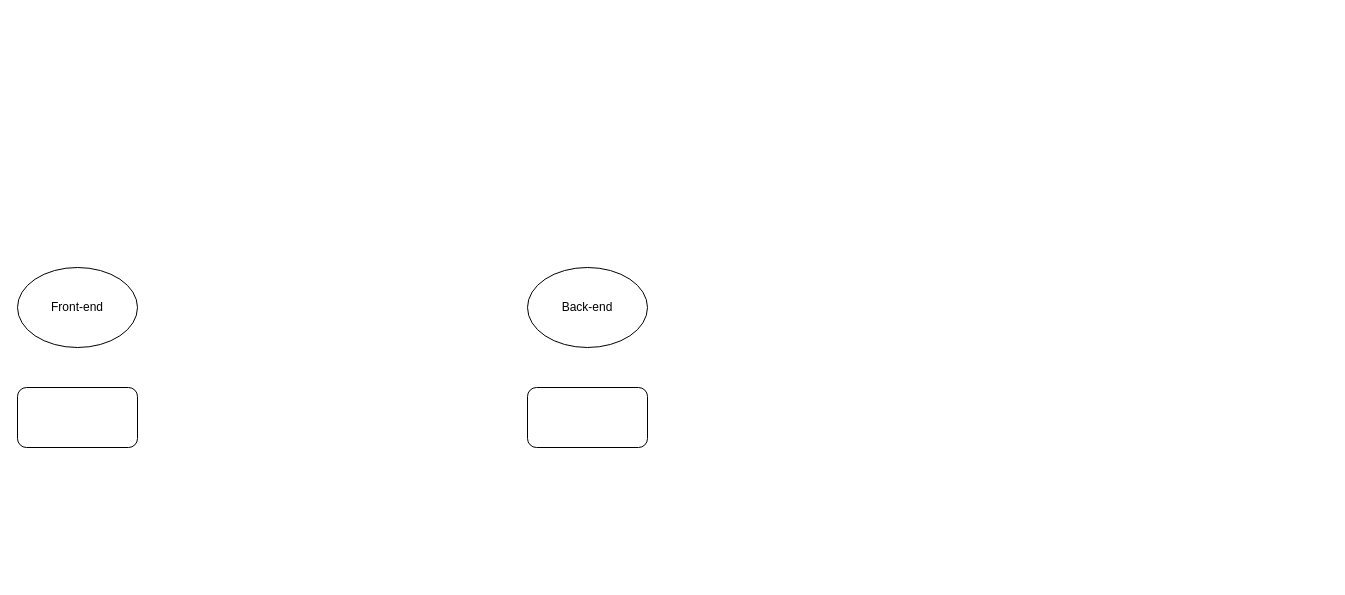
Earlier version of the draw.io diagram Multi.drawio (JoseCastellaniNeto/Manual-Tech-Recruiter). Source tidied: cells renumbered, new cells numbered last; positions are measured from the earlier drawing's top-left corner, leaving out a move shared by most shapes. Both pictures are drawn from the tidied source at 100%, with x=0, y=0 at pixel (17, 267).
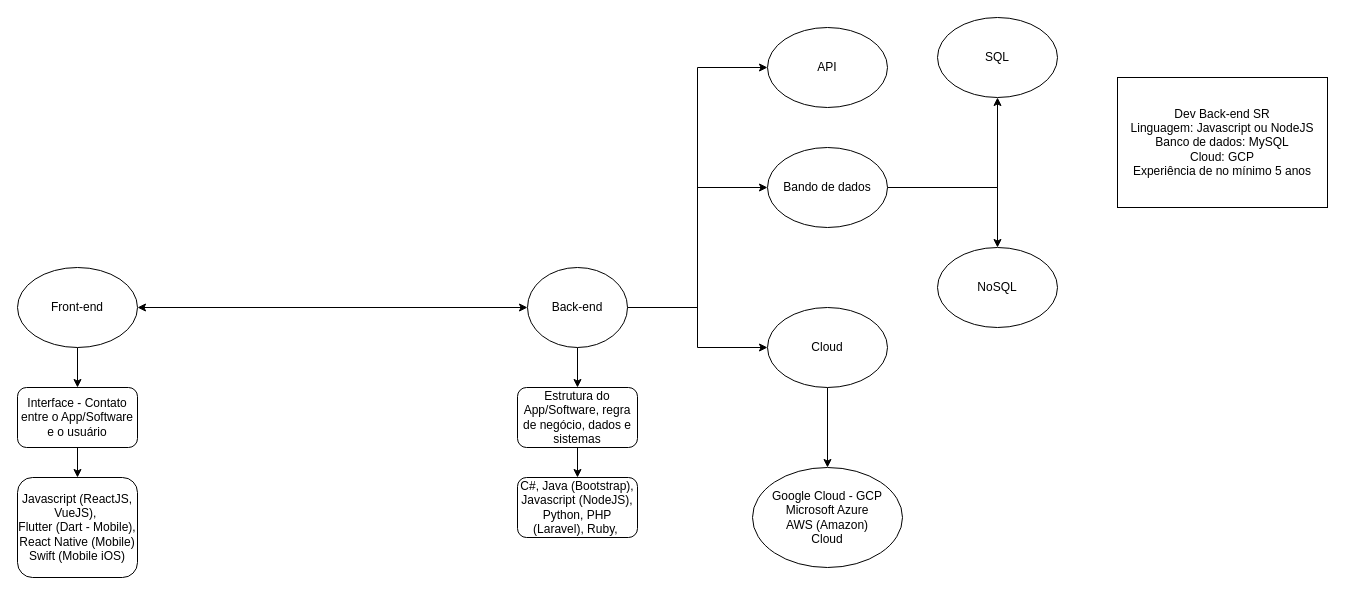
The same page after the edit.

The change refers to these unchanged cells:
```xml
<mxCell id="2" value="Front-end" style="ellipse;whiteSpace=wrap;html=1;" parent="1" vertex="1">
  <mxGeometry width="120" height="80" as="geometry" />
</mxCell>
```

What changed in the source:
```diff
@@
+    <mxCell id="6" style="edgeStyle=orthogonalEdgeStyle;rounded=0;jettySize=auto;html=1;" parent="1" edge="1" source="2" target="4">
+      <mxGeometry relative="1" as="geometry" />
+    </mxCell>
@@
+    <mxCell id="7" style="edgeStyle=orthogonalEdgeStyle;rounded=0;jettySize=auto;html=1;" parent="1" edge="1" source="3" target="5">
+      <mxGeometry relative="1" as="geometry" />
+    </mxCell>
+    <mxCell id="8" style="edgeStyle=orthogonalEdgeStyle;rounded=0;jettySize=auto;html=1;" parent="1" edge="1" source="3" target="20">
+      <mxGeometry relative="1" as="geometry" />
+    </mxCell>
+    <mxCell id="9" style="edgeStyle=orthogonalEdgeStyle;rounded=0;jettySize=auto;html=1;entryX=0;entryY=0.5;entryDx=0;entryDy=0;" parent="1" edge="1" source="3" target="18">
+      <mxGeometry relative="1" as="geometry" />
+    </mxCell>
+    <mxCell id="10" style="edgeStyle=orthogonalEdgeStyle;rounded=0;jettySize=auto;html=1;entryX=0;entryY=0.5;entryDx=0;entryDy=0;" parent="1" edge="1" source="3" target="21">
+      <mxGeometry relative="1" as="geometry" />
+    </mxCell>
     <mxCell id="3" value="Back-end" style="ellipse;whiteSpace=wrap;html=1;" parent="1" vertex="1">
-      <mxGeometry x="510" width="120" height="80" as="geometry" />
+      <mxGeometry x="510" width="100" height="80" as="geometry" />
     </mxCell>
+    <mxCell id="11" style="edgeStyle=orthogonalEdgeStyle;rounded=0;jettySize=auto;html=1;" parent="1" edge="1" source="4" target="15">
+      <mxGeometry relative="1" as="geometry" />
+    </mxCell>
-    <mxCell id="4" style="rounded=1;whiteSpace=wrap;html=1;" parent="1" vertex="1">
+    <mxCell id="4" value="Interface - Contato entre o App/Software e o usuário" style="rounded=1;whiteSpace=wrap;html=1;" parent="1" vertex="1">
       <mxGeometry y="120" width="120" height="60" as="geometry" />
     </mxCell>
+    <mxCell id="12" style="edgeStyle=orthogonalEdgeStyle;rounded=0;jettySize=auto;html=1;" parent="1" edge="1" source="5" target="14">
+      <mxGeometry relative="1" as="geometry" />
+    </mxCell>
-    <mxCell id="5" style="rounded=1;whiteSpace=wrap;html=1;" parent="1" vertex="1">
-      <mxGeometry x="510" y="120" width="120" height="60" as="geometry" />
+    <mxCell id="5" value="Estrutura do App/Software, regra de negócio, dados e sistemas" style="rounded=1;whiteSpace=wrap;html=1;" parent="1" vertex="1">
+      <mxGeometry x="500" y="120" width="120" height="60" as="geometry" />
     </mxCell>
+    <mxCell id="13" style="endArrow=classic;startArrow=classic;html=1;rounded=0;entryX=0;entryY=0.5;entryDx=0;entryDy=0;" parent="1" edge="1" target="3">
+      <mxGeometry relative="1" as="geometry">
+        <mxPoint x="120" y="40" as="sourcePoint" />
+      </mxGeometry>
+    </mxCell>
+    <mxCell id="14" value="C#, Java (Bootstrap), Javascript (NodeJS), Python, PHP (Laravel), Ruby,&amp;nbsp;" style="rounded=1;whiteSpace=wrap;html=1;" parent="1" vertex="1">
+      <mxGeometry x="500" y="210" width="120" height="60" as="geometry" />
+    </mxCell>
+    <mxCell id="15" value="Javascript (ReactJS, VueJS),&amp;nbsp;&lt;br&gt;Flutter (Dart - Mobile), React Native (Mobile)&lt;br&gt;Swift (Mobile iOS)&lt;br&gt;" style="rounded=1;whiteSpace=wrap;html=1;" parent="1" vertex="1">
+      <mxGeometry y="210" width="120" height="100" as="geometry" />
+    </mxCell>
+    <mxCell id="16" style="edgeStyle=orthogonalEdgeStyle;rounded=0;jettySize=auto;html=1;" parent="1" edge="1" source="18" target="22">
+      <mxGeometry relative="1" as="geometry" />
+    </mxCell>
+    <mxCell id="17" style="edgeStyle=orthogonalEdgeStyle;rounded=0;jettySize=auto;html=1;" parent="1" edge="1" source="18" target="23">
+      <mxGeometry relative="1" as="geometry" />
+    </mxCell>
+    <mxCell id="18" value="Bando de dados" style="ellipse;whiteSpace=wrap;html=1;" parent="1" vertex="1">
+      <mxGeometry x="750" y="-120" width="120" height="80" as="geometry" />
+    </mxCell>
+    <mxCell id="19" style="edgeStyle=orthogonalEdgeStyle;rounded=0;jettySize=auto;html=1;" parent="1" edge="1" source="20" target="25">
+      <mxGeometry relative="1" as="geometry" />
+    </mxCell>
+    <mxCell id="20" value="Cloud" style="ellipse;whiteSpace=wrap;html=1;" parent="1" vertex="1">
+      <mxGeometry x="750" y="40" width="120" height="80" as="geometry" />
+    </mxCell>
+    <mxCell id="21" value="API" style="ellipse;whiteSpace=wrap;html=1;" parent="1" vertex="1">
+      <mxGeometry x="750" y="-240" width="120" height="80" as="geometry" />
+    </mxCell>
+    <mxCell id="22" value="NoSQL" style="ellipse;whiteSpace=wrap;html=1;" parent="1" vertex="1">
+      <mxGeometry x="920" y="-20" width="120" height="80" as="geometry" />
+    </mxCell>
+    <mxCell id="23" value="SQL" style="ellipse;whiteSpace=wrap;html=1;" parent="1" vertex="1">
+      <mxGeometry x="920" y="-250" width="120" height="80" as="geometry" />
+    </mxCell>
+    <mxCell id="24" value="Dev Back-end SR&lt;br&gt;Linguagem: Javascript ou NodeJS&lt;br&gt;Banco de dados: MySQL&lt;br&gt;Cloud: GCP&lt;br&gt;Experiência de no mínimo 5 anos" style="whiteSpace=wrap;html=1;" parent="1" vertex="1">
+      <mxGeometry x="1100" y="-190" width="210" height="130" as="geometry" />
+    </mxCell>
+    <mxCell id="25" value="Google Cloud - GCP&lt;br&gt;Microsoft Azure&lt;br&gt;AWS (Amazon)&lt;br&gt;Cloud" style="ellipse;whiteSpace=wrap;html=1;" parent="1" vertex="1">
+      <mxGeometry x="735" y="200" width="150" height="100" as="geometry" />
+    </mxCell>
```
